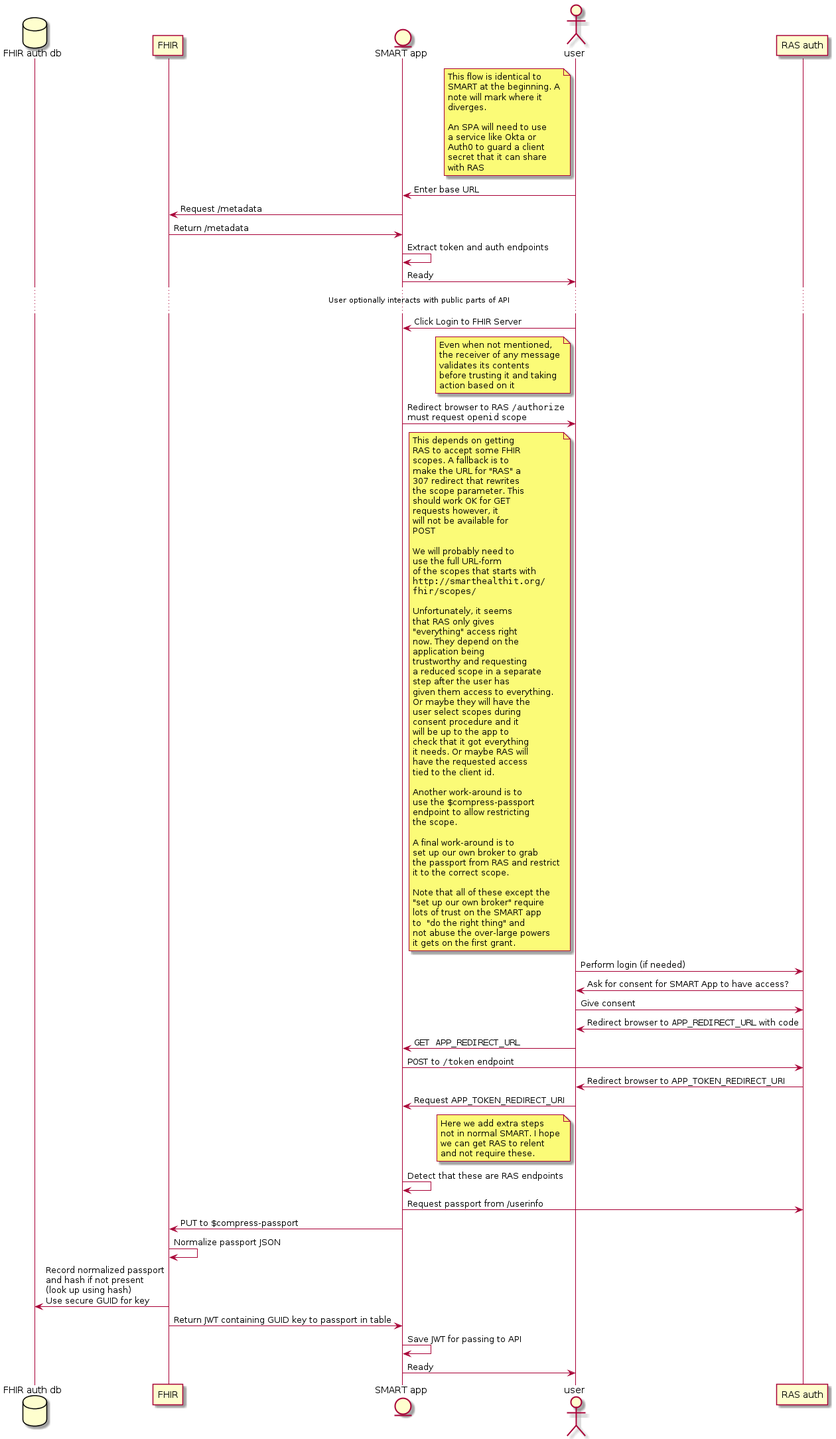
Before: imgs/authentication_flow.png, a diagram exported from PlantUML (RadixSeven/RAS-FHIR-Flow).
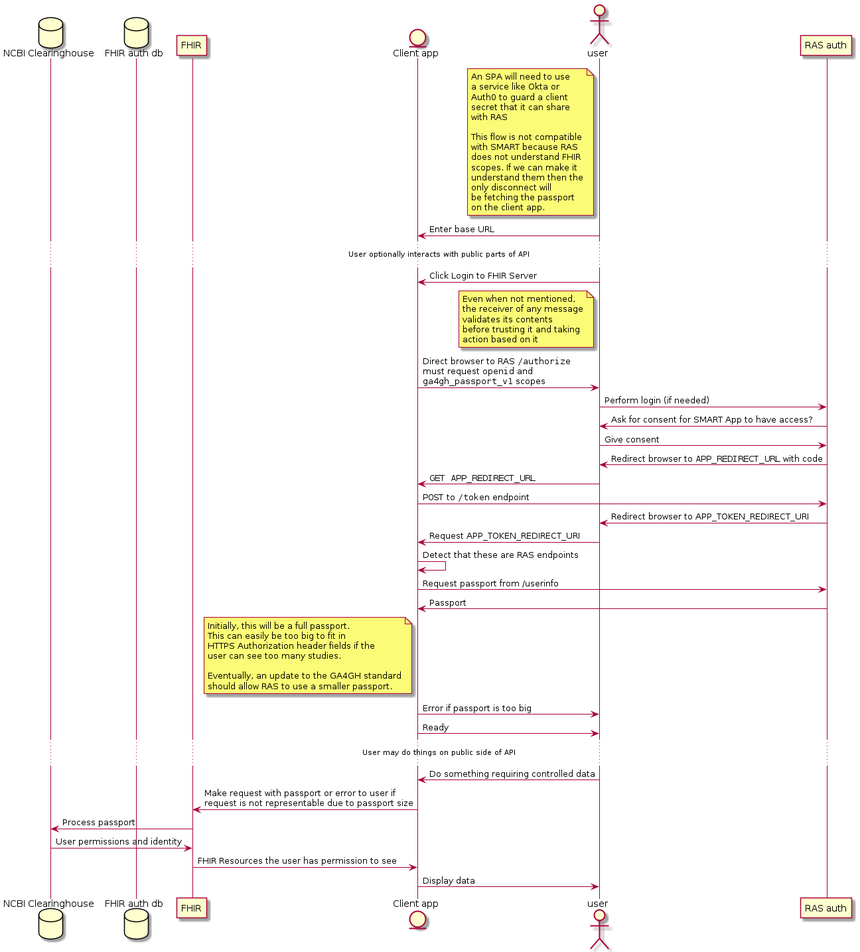
After the change.

Commit message:
Update authentication flow image

The edit, as a diff of the source:
```diff
@@ -1,28 +1,29 @@
 @startuml "authentication_flow"
+database "NCBI Clearinghouse" as Clearinghouse
 database "FHIR auth db" as FhirDb
 participant "FHIR" as Fhir
-entity "SMART app" as App
+entity "Client app" as App
 actor user as User
 participant "RAS auth" as Ras
 
 note left of User
-This flow is identical to
-SMART at the beginning. A
-note will mark where it
-diverges.
-
 An SPA will need to use
 a service like Okta or
 Auth0 to guard a client
 secret that it can share
 with RAS
+
+This flow is not compatible
+with SMART because RAS
+does not understand FHIR
+scopes. If we can make it
+understand them then the
+only disconnect will
+be fetching the passport
+on the client app.
 end note
 
 User -> App : Enter base URL
-App -> Fhir : Request /metadata
-Fhir -> App : Return /metadata
-App -> App : Extract token and auth endpoints
-App -> User : Ready
 ... User optionally interacts with public parts of API ...
 User -> App : Click Login to FHIR Server
 
@@ -34,60 +35,7 @@
 action based on it
 end note
 
-App -> User : Redirect browser to RAS ""/authorize""\nmust request ""openid"" scope
-note left of User
-This depends on getting
-RAS to accept some FHIR
-scopes. A fallback is to
-make the URL for "RAS" a
-307 redirect that rewrites
-the scope parameter. This
-should work OK for GET
-requests however, it
-will not be available for
-POST
-
-We will probably need to
-use the full URL-form
-of the scopes that starts with
-""http://smarthealthit.org/""
-""fhir/scopes/""
-
-Unfortunately, it seems
-that RAS only gives
-"everything" access right
-now. They depend on the
-application being
-trustworthy and requesting
-a reduced scope in a separate
-step after the user has
-given them access to everything.
-Or maybe they will have the
-user select scopes during
-consent procedure and it
-will be up to the app to
-check that it got everything
-it needs. Or maybe RAS will
-have the requested access
-tied to the client id.
-
-Another work-around is to
-use the $compress-passport
-endpoint to allow restricting
-the scope.
-
-A final work-around is to
-set up our own broker to grab
-the passport from RAS and restrict
-it to the correct scope.
-
-Note that all of these except the
-"set up our own broker" require
-lots of trust on the SMART app
-to  "do the right thing" and
-not abuse the over-large powers
-it gets on the first grant.
-end note
+App -> User : Direct browser to RAS ""/authorize""\nmust request ""openid"" and\n""ga4gh_passport_v1"" scopes
 User -> Ras : Perform login (if needed)
 Ras -> User: Ask for consent for SMART App to have access?
 User -> Ras : Give consent
@@ -96,21 +44,26 @@
 App -> Ras : ""POST"" to ""/token"" endpoint
 Ras -> User : Redirect browser to APP_TOKEN_REDIRECT_URI
 User -> App: Request APP_TOKEN_REDIRECT_URI
-
-note left of User
-Here we add extra steps
-not in normal SMART. I hope
-we can get RAS to relent
-and not require these.
-end note
-
 App -> App : Detect that these are RAS endpoints
 App -> Ras : Request passport from /userinfo
-App -> Fhir : PUT to $compress-passport
-Fhir -> Fhir : Normalize passport JSON
-Fhir-> FhirDb: Record normalized passport\nand hash if not present\n(look up using hash)\nUse secure GUID for key
-Fhir-> App : Return JWT containing GUID key to passport in table
-App -> App: Save JWT for passing to API
+Ras -> App : Passport
+note left of App
+Initially, this will be a full passport.
+This can easily be too big to fit in
+HTTPS Authorization header fields if the
+user can see too many studies.
+
+Eventually, an update to the GA4GH standard
+should allow RAS to use a smaller passport.
+end note
+App -> User: Error if passport is too big
 App -> User: Ready
+... User may do things on public side of API ...
+User -> App: Do something requiring controlled data
+App -> Fhir: Make request with passport or error to user if\nrequest is not representable due to passport size
+Fhir -> Clearinghouse: Process passport
+Clearinghouse -> Fhir: User permissions and identity
+Fhir -> App: FHIR Resources the user has permission to see
+App -> User: Display data
 
 @enduml
```
